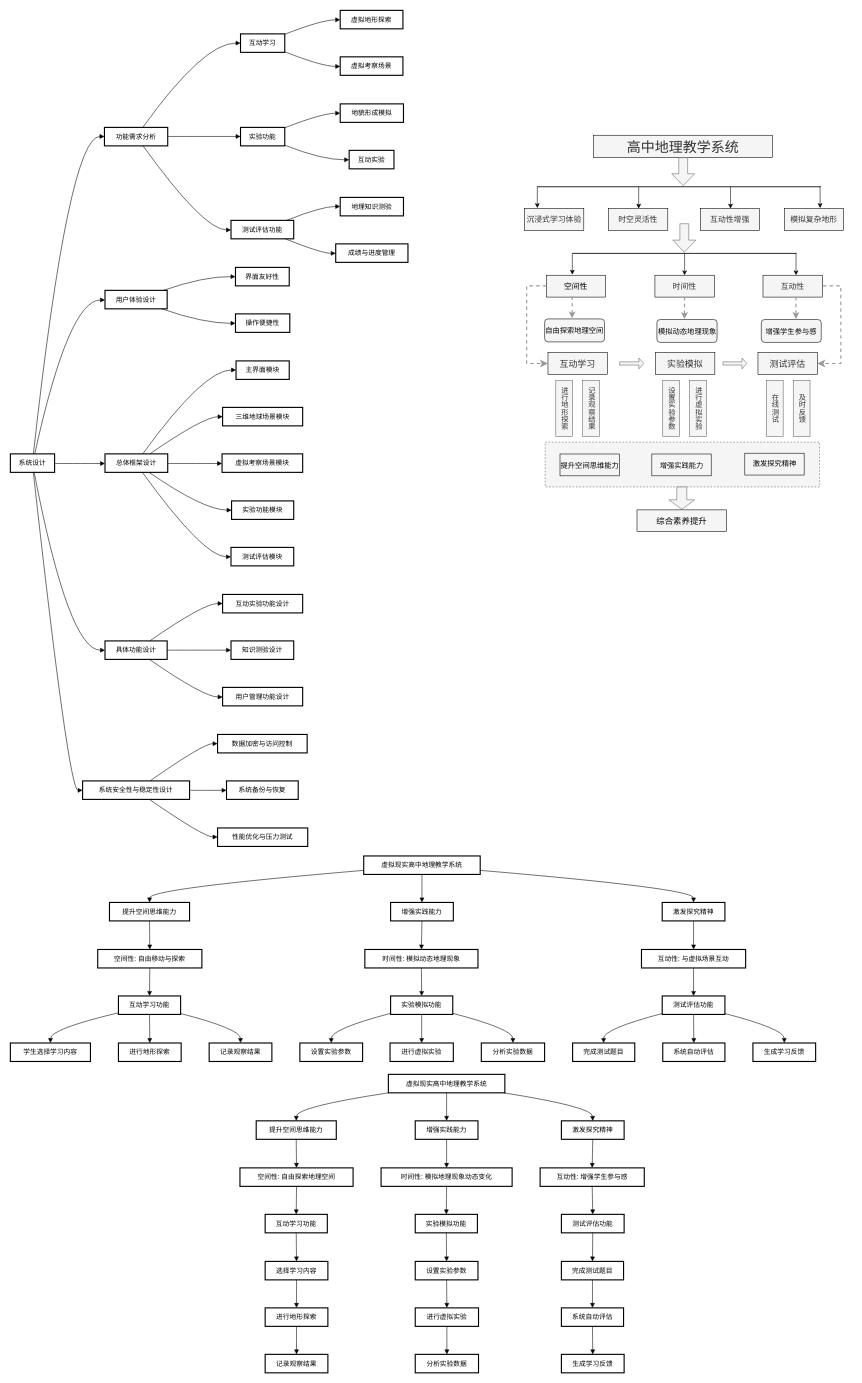
xewy/qimo2 keeps this draw.io diagram as 1.drawio. Above is the earlier version. Source tidied: cells renumbered, new cells numbered last; positions are measured from the earlier drawing's top-left corner, leaving out a move shared by most shapes. Both pictures are drawn from the tidied source at 56%, with x=0, y=0 at pixel (10, 10).
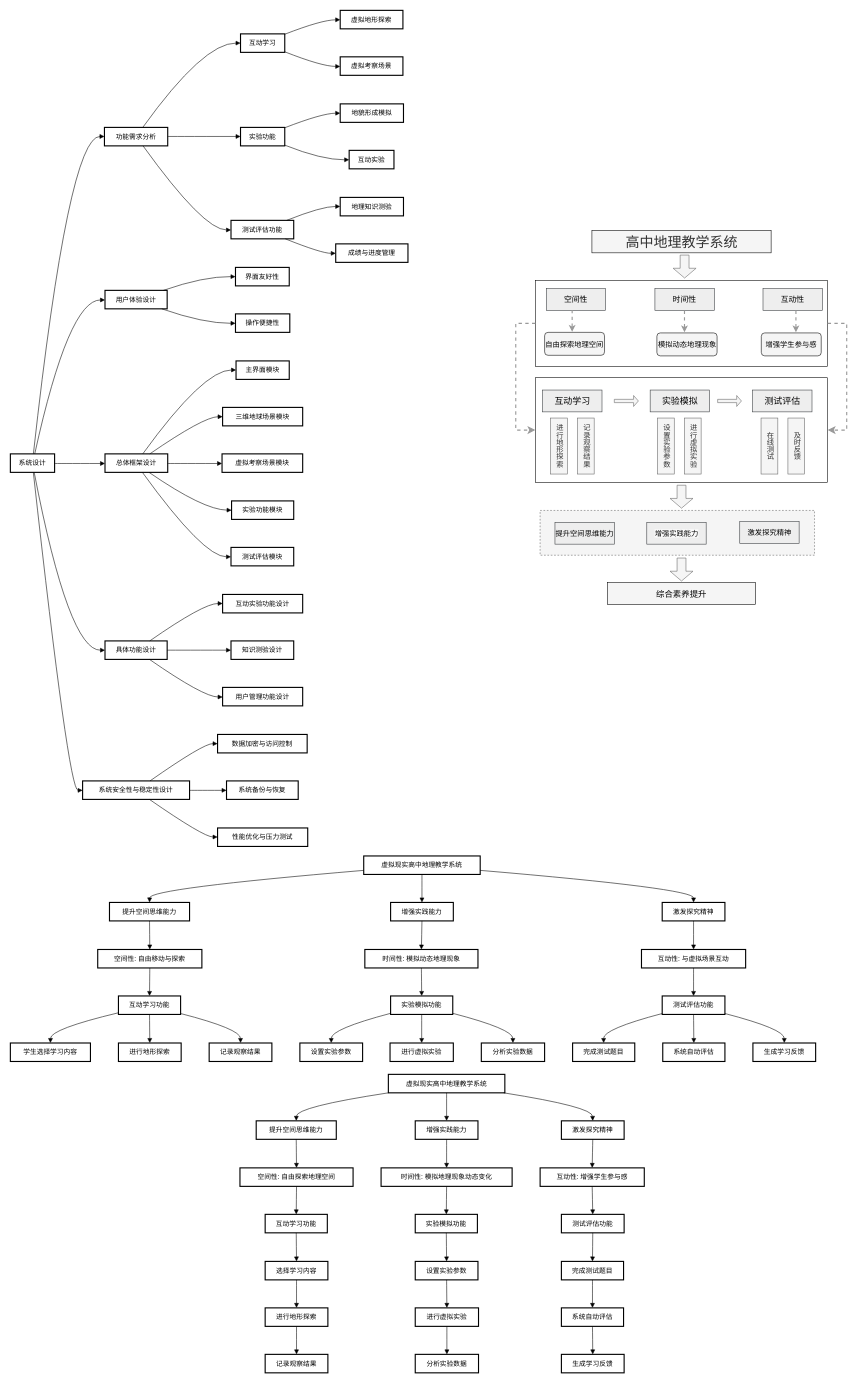
Above is the later version.

Change to the diagram source:
```diff
@@
+    <mxCell id="175" style="rounded=0;whiteSpace=wrap;html=1;" parent="1" vertex="1">
+      <mxGeometry x="937.5" y="656" width="522" height="187" as="geometry" />
+    </mxCell>
+    <mxCell id="176" style="rounded=0;whiteSpace=wrap;html=1;" parent="1" vertex="1">
+      <mxGeometry x="937.5" y="482" width="522" height="154" as="geometry" />
+    </mxCell>
@@
     <mxCell id="131" value="&lt;font style=&quot;font-size: 25px;&quot;&gt;高中地理教学系统&lt;/font&gt;" style="rounded=0;whiteSpace=wrap;html=1;fillColor=#f5f5f5;fontColor=#333333;strokeColor=#000000;spacing=32;spacingTop=0;spacingLeft=0;verticalAlign=middle;fontSize=25;" parent="1" vertex="1">
-      <mxGeometry x="1041" y="223" width="320" height="40" as="geometry" />
+      <mxGeometry x="1038.5" y="393" width="320" height="40" as="geometry" />
     </mxCell>
-    <mxCell id="132" style="shape=singleArrow;direction=south;whiteSpace=wrap;html=1;arrowWidth=0.3866678873697917;arrowSize=0.42548953785615806;fillColor=#f5f5f5;fontColor=#333333;strokeColor=#666666;" parent="1" vertex="1">
-      <mxGeometry x="1181" y="263" width="41" height="50" as="geometry" />
-    </mxCell>
-    <mxCell id="133" style="line;strokeWidth=1.5;html=1;" parent="1" vertex="1">
-      <mxGeometry x="941" y="310" width="506" height="10" as="geometry" />
-    </mxCell>
-    <mxCell id="134" style="endArrow=classic;html=1;rounded=0;" parent="1" edge="1">
-      <mxGeometry relative="1" as="geometry">
-        <mxPoint x="941" y="314" as="sourcePoint" />
-        <mxPoint x="941" y="353" as="targetPoint" />
-      </mxGeometry>
-    </mxCell>
-    <mxCell id="135" value="沉浸式学习体验" style="rounded=0;whiteSpace=wrap;html=1;fillColor=#f5f5f5;fontColor=#333333;strokeColor=#000000;fontSize=14;" parent="1" vertex="1">
-      <mxGeometry x="918" y="354" width="106" height="39" as="geometry" />
-    </mxCell>
-    <mxCell id="136" value="时空灵活性" style="rounded=0;whiteSpace=wrap;html=1;fillColor=#f5f5f5;fontColor=#333333;strokeColor=#000000;fontSize=14;" parent="1" vertex="1">
-      <mxGeometry x="1068" y="354" width="106" height="39" as="geometry" />
-    </mxCell>
-    <mxCell id="137" value="互动性增强" style="rounded=0;whiteSpace=wrap;html=1;fillColor=#f5f5f5;fontColor=#333333;strokeColor=#000000;fontSize=14;" parent="1" vertex="1">
-      <mxGeometry x="1232" y="354" width="106" height="39" as="geometry" />
-    </mxCell>
-    <mxCell id="138" value="模拟复杂地形" style="rounded=0;whiteSpace=wrap;html=1;fillColor=#f5f5f5;fontColor=#333333;strokeColor=#000000;fontSize=14;" parent="1" vertex="1">
-      <mxGeometry x="1382" y="354" width="106" height="39" as="geometry" />
-    </mxCell>
     <mxCell id="139" style="shape=singleArrow;direction=south;whiteSpace=wrap;html=1;arrowWidth=0.3866678873697917;arrowSize=0.42548953785615806;fillColor=#f5f5f5;fontColor=#333333;strokeColor=#666666;" parent="1" vertex="1">
-      <mxGeometry x="1183" y="381" width="41" height="51" as="geometry" />
+      <mxGeometry x="1183.5" y="437" width="41" height="41" as="geometry" />
     </mxCell>
-    <mxCell id="140" style="line;strokeWidth=1.5;html=1;" parent="1" vertex="1">
-      <mxGeometry x="1004" y="429" width="400" height="10" as="geometry" />
-    </mxCell>
-    <mxCell id="141" value="实验模拟" style="rounded=0;whiteSpace=wrap;html=1;fillColor=#f5f5f5;fontColor=#333333;strokeColor=#000000;fontSize=16;" parent="1" vertex="1">
-      <mxGeometry x="1152" y="611" width="106" height="39" as="geometry" />
+    <mxCell id="141" value="实验模拟" style="rounded=0;whiteSpace=wrap;html=1;fillColor=#eeeeee;strokeColor=#36393d;fontSize=16;" parent="1" vertex="1">
+      <mxGeometry x="1142.5" y="678" width="106" height="39" as="geometry" />
     </mxCell>
-    <mxCell id="142" value="测试评估" style="rounded=0;whiteSpace=wrap;html=1;fillColor=#f5f5f5;fontColor=#333333;strokeColor=#000000;fontSize=16;" parent="1" vertex="1">
-      <mxGeometry x="1335" y="611" width="106" height="39" as="geometry" />
+    <mxCell id="142" value="测试评估" style="rounded=0;whiteSpace=wrap;html=1;fillColor=#eeeeee;strokeColor=#36393d;fontSize=16;" parent="1" vertex="1">
+      <mxGeometry x="1325.5" y="678" width="106" height="39" as="geometry" />
     </mxCell>
     <mxCell id="143" style="shape=singleArrow;whiteSpace=wrap;html=1;fillColor=#f5f5f5;fontColor=#333333;strokeColor=#666666;" parent="1" vertex="1">
-      <mxGeometry x="1088" y="620.8" width="43" height="19.5" as="geometry" />
+      <mxGeometry x="1078.5" y="687.8" width="43" height="19.5" as="geometry" />
     </mxCell>
     <mxCell id="144" style="shape=singleArrow;whiteSpace=wrap;html=1;fillColor=#f5f5f5;fontColor=#333333;strokeColor=#666666;" parent="1" vertex="1">
-      <mxGeometry x="1272.5" y="620.8" width="42.5" height="19.5" as="geometry" />
+      <mxGeometry x="1263" y="687.8" width="42.5" height="19.5" as="geometry" />
     </mxCell>
     <mxCell id="145" value="进行地形探索" style="rounded=0;whiteSpace=wrap;html=1;fillColor=#f5f5f5;fontColor=#333333;strokeColor=#666666;fontSize=13;textDirection=vertical-lr;" parent="1" vertex="1">
-      <mxGeometry x="974" y="661" width="30" height="100" as="geometry" />
+      <mxGeometry x="964.5" y="728" width="30" height="100" as="geometry" />
     </mxCell>
     <mxCell id="146" value="记录观察结果" style="rounded=0;whiteSpace=wrap;html=1;fillColor=#f5f5f5;fontColor=#333333;strokeColor=#666666;fontSize=13;textDirection=vertical-lr;" parent="1" vertex="1">
-      <mxGeometry x="1022" y="661" width="30" height="100" as="geometry" />
+      <mxGeometry x="1012.5" y="728" width="30" height="100" as="geometry" />
     </mxCell>
-    <mxCell id="147" value="互动学习" style="rounded=0;whiteSpace=wrap;html=1;fillColor=#f5f5f5;fontColor=#333333;strokeColor=#000000;fontSize=16;" parent="1" vertex="1">
-      <mxGeometry x="960" y="611" width="106" height="39" as="geometry" />
+    <mxCell id="147" value="互动学习" style="rounded=0;whiteSpace=wrap;html=1;fillColor=#eeeeee;strokeColor=#36393d;fontSize=16;" parent="1" vertex="1">
+      <mxGeometry x="950.5" y="678" width="106" height="39" as="geometry" />
     </mxCell>
     <mxCell id="148" value="设置实验参数" style="rounded=0;whiteSpace=wrap;html=1;fillColor=#f5f5f5;fontColor=#333333;strokeColor=#666666;textDirection=vertical-lr;fontSize=13;" parent="1" vertex="1">
-      <mxGeometry x="1165" y="661" width="30" height="100" as="geometry" />
+      <mxGeometry x="1155.5" y="728" width="30" height="100" as="geometry" />
     </mxCell>
     <mxCell id="149" value="进行虚拟实验" style="rounded=0;whiteSpace=wrap;html=1;fillColor=#f5f5f5;fontColor=#333333;strokeColor=#666666;textDirection=vertical-lr;fontSize=13;" parent="1" vertex="1">
-      <mxGeometry x="1213" y="661" width="30" height="100" as="geometry" />
+      <mxGeometry x="1203.5" y="728" width="30" height="100" as="geometry" />
     </mxCell>
     <mxCell id="150" value="在线测试" style="rounded=0;whiteSpace=wrap;html=1;fillColor=#f5f5f5;fontColor=#333333;strokeColor=#666666;textDirection=vertical-lr;fontSize=13;" parent="1" vertex="1">
-      <mxGeometry x="1350" y="661" width="30" height="100" as="geometry" />
+      <mxGeometry x="1340.5" y="728" width="30" height="100" as="geometry" />
     </mxCell>
     <mxCell id="151" value="及时反馈" style="rounded=0;whiteSpace=wrap;html=1;fillColor=#f5f5f5;fontColor=#333333;strokeColor=#666666;textDirection=vertical-lr;fontSize=13;" parent="1" vertex="1">
-      <mxGeometry x="1398" y="661" width="30" height="100" as="geometry" />
+      <mxGeometry x="1388.5" y="728" width="30" height="100" as="geometry" />
     </mxCell>
     <mxCell id="152" style="rounded=0;whiteSpace=wrap;html=1;fillColor=#f5f5f5;strokeColor=#666666;fontColor=#333333;dashed=1;" parent="1" vertex="1">
-      <mxGeometry x="955" y="771" width="490" height="80" as="geometry" />
+      <mxGeometry x="946" y="893" width="490" height="80" as="geometry" />
     </mxCell>
-    <mxCell id="153" value="&lt;span style=&quot;color: rgb(0, 0, 0); font-size: 13px;&quot;&gt;提升空间思维能力&lt;/span&gt;" style="rounded=0;whiteSpace=wrap;html=1;fillColor=#f5f5f5;fontColor=#333333;strokeColor=#000000;" parent="1" vertex="1">
-      <mxGeometry x="981.5" y="792.2" width="106" height="39" as="geometry" />
+    <mxCell id="153" value="&lt;span style=&quot;color: rgb(0, 0, 0); font-size: 13px;&quot;&gt;提升空间思维能力&lt;/span&gt;" style="rounded=0;whiteSpace=wrap;html=1;fillColor=#eeeeee;strokeColor=#36393d;" parent="1" vertex="1">
+      <mxGeometry x="972.5" y="914.2" width="106" height="39" as="geometry" />
     </mxCell>
-    <mxCell id="154" value="&lt;font style=&quot;font-size: 13px;&quot;&gt;&lt;span style=&quot;color: rgb(0, 0, 0); font-family: Helvetica; font-style: normal; font-variant-ligatures: normal; font-variant-caps: normal; font-weight: 400; letter-spacing: normal; orphans: 2; text-align: center; text-indent: 0px; text-transform: none; widows: 2; word-spacing: 0px; -webkit-text-stroke-width: 0px; white-space: normal; background-color: rgb(251, 251, 251); text-decoration-thickness: initial; text-decoration-style: initial; text-decoration-color: initial; float: none; font-size: 13px; display: inline !important;&quot;&gt;增强实践能力&lt;/span&gt;&lt;br style=&quot;font-size: 13px;&quot;&gt;&lt;/font&gt;" style="rounded=0;whiteSpace=wrap;html=1;fillColor=#f5f5f5;fontColor=#333333;strokeColor=#000000;fontSize=13;verticalAlign=middle;labelPosition=center;verticalLabelPosition=middle;align=center;" parent="1" vertex="1">
-      <mxGeometry x="1145.5" y="792.2" width="106" height="39" as="geometry" />
+    <mxCell id="154" value="&lt;font style=&quot;font-size: 13px;&quot;&gt;&lt;span style=&quot;color: rgb(0, 0, 0); font-family: Helvetica; font-style: normal; font-variant-ligatures: normal; font-variant-caps: normal; font-weight: 400; letter-spacing: normal; orphans: 2; text-align: center; text-indent: 0px; text-transform: none; widows: 2; word-spacing: 0px; -webkit-text-stroke-width: 0px; white-space: normal; background-color: rgb(251, 251, 251); text-decoration-thickness: initial; text-decoration-style: initial; text-decoration-color: initial; float: none; font-size: 13px; display: inline !important;&quot;&gt;增强实践能力&lt;/span&gt;&lt;br style=&quot;font-size: 13px;&quot;&gt;&lt;/font&gt;" style="rounded=0;whiteSpace=wrap;html=1;fillColor=#eeeeee;strokeColor=#36393d;fontSize=13;verticalAlign=middle;labelPosition=center;verticalLabelPosition=middle;align=center;" parent="1" vertex="1">
+      <mxGeometry x="1136.5" y="914.2" width="106" height="39" as="geometry" />
     </mxCell>
-    <mxCell id="155" value="&lt;span style=&quot;color: rgb(0, 0, 0); font-size: 13px;&quot;&gt;激发探究精神&lt;/span&gt;" style="rounded=0;whiteSpace=wrap;html=1;fillColor=#f5f5f5;fontColor=#333333;strokeColor=#000000;" parent="1" vertex="1">
-      <mxGeometry x="1311.5" y="790.8" width="106" height="39" as="geometry" />
+    <mxCell id="155" value="&lt;span style=&quot;color: rgb(0, 0, 0); font-size: 13px;&quot;&gt;激发探究精神&lt;/span&gt;" style="rounded=0;whiteSpace=wrap;html=1;fillColor=#eeeeee;strokeColor=#36393d;" parent="1" vertex="1">
+      <mxGeometry x="1302.5" y="912.8" width="106" height="39" as="geometry" />
     </mxCell>
-    <mxCell id="156" style="shape=singleArrow;direction=south;whiteSpace=wrap;html=1;arrowWidth=0.3866678873697917;arrowSize=0.42548953785615806;fillColor=#f5f5f5;fontColor=#333333;strokeColor=#666666;" parent="1" vertex="1">
-      <mxGeometry x="1176" y="851" width="46" height="40" as="geometry" />
-    </mxCell>
     <mxCell id="157" value="&lt;font color=&quot;#000000&quot;&gt;&lt;span style=&quot;font-size: 15px;&quot;&gt;综合素养提升&lt;/span&gt;&lt;/font&gt;" style="rounded=0;whiteSpace=wrap;html=1;fillColor=#f5f5f5;fontColor=#333333;strokeColor=#000000;" parent="1" vertex="1">
-      <mxGeometry x="1119" y="892" width="160" height="39" as="geometry" />
+      <mxGeometry x="1066" y="1022" width="265" height="39" as="geometry" />
     </mxCell>
-    <mxCell id="158" style="endArrow=classic;html=1;rounded=0;" parent="1" edge="1">
-      <mxGeometry relative="1" as="geometry">
-        <mxPoint x="1122" y="315" as="sourcePoint" />
-        <mxPoint x="1122" y="354" as="targetPoint" />
-      </mxGeometry>
-    </mxCell>
-    <mxCell id="159" style="endArrow=classic;html=1;rounded=0;" parent="1" edge="1">
-      <mxGeometry relative="1" as="geometry">
-        <mxPoint x="1286" y="315" as="sourcePoint" />
-        <mxPoint x="1286" y="354" as="targetPoint" />
-      </mxGeometry>
-    </mxCell>
-    <mxCell id="160" style="endArrow=classic;html=1;rounded=0;" parent="1" edge="1">
-      <mxGeometry relative="1" as="geometry">
-        <mxPoint x="1446" y="314" as="sourcePoint" />
-        <mxPoint x="1446" y="353" as="targetPoint" />
-      </mxGeometry>
-    </mxCell>
-    <mxCell id="161" style="endArrow=classic;html=1;rounded=0;" parent="1" edge="1">
-      <mxGeometry relative="1" as="geometry">
-        <mxPoint x="1003.5" y="433" as="sourcePoint" />
-        <mxPoint x="1003.5" y="472" as="targetPoint" />
-      </mxGeometry>
-    </mxCell>
-    <mxCell id="162" style="endArrow=classic;html=1;rounded=0;" parent="1" edge="1">
-      <mxGeometry relative="1" as="geometry">
-        <mxPoint x="1204" y="434" as="sourcePoint" />
-        <mxPoint x="1204" y="473" as="targetPoint" />
-      </mxGeometry>
-    </mxCell>
-    <mxCell id="163" style="endArrow=classic;html=1;rounded=0;" parent="1" edge="1">
-      <mxGeometry relative="1" as="geometry">
-        <mxPoint x="1403" y="434" as="sourcePoint" />
-        <mxPoint x="1403" y="473" as="targetPoint" />
-      </mxGeometry>
-    </mxCell>
-    <mxCell id="164" value="&lt;span style=&quot;color: rgb(0, 0, 0);&quot;&gt;空间性&lt;/span&gt;" style="rounded=0;whiteSpace=wrap;html=1;fillColor=#f5f5f5;fontColor=#333333;strokeColor=#000000;fontSize=14;" parent="1" vertex="1">
-      <mxGeometry x="957" y="473" width="106" height="39" as="geometry" />
+    <mxCell id="164" value="&lt;span style=&quot;color: rgb(0, 0, 0);&quot;&gt;空间性&lt;/span&gt;" style="rounded=0;whiteSpace=wrap;html=1;fillColor=#eeeeee;strokeColor=#36393d;fontSize=14;" parent="1" vertex="1">
+      <mxGeometry x="957" y="497" width="106" height="39" as="geometry" />
     </mxCell>
-    <mxCell id="165" value="时间性" style="rounded=0;whiteSpace=wrap;html=1;fillColor=#f5f5f5;fontColor=#333333;strokeColor=#000000;fontSize=14;" parent="1" vertex="1">
-      <mxGeometry x="1151" y="473" width="106" height="39" as="geometry" />
+    <mxCell id="165" value="时间性" style="rounded=0;whiteSpace=wrap;html=1;fillColor=#eeeeee;strokeColor=#36393d;fontSize=14;" parent="1" vertex="1">
+      <mxGeometry x="1151" y="497" width="106" height="39" as="geometry" />
     </mxCell>
-    <mxCell id="166" value="互动性" style="rounded=0;whiteSpace=wrap;html=1;fillColor=#f5f5f5;fontColor=#333333;strokeColor=#000000;fontSize=14;" parent="1" vertex="1">
-      <mxGeometry x="1344" y="473" width="106" height="39" as="geometry" />
+    <mxCell id="166" value="互动性" style="rounded=0;whiteSpace=wrap;html=1;fillColor=#eeeeee;strokeColor=#36393d;fontSize=14;" parent="1" vertex="1">
+      <mxGeometry x="1344" y="497" width="106" height="39" as="geometry" />
     </mxCell>
     <mxCell id="167" value="&lt;span style=&quot;color: rgb(0, 0, 0); font-size: 13px;&quot;&gt;自由探索地理空间&lt;/span&gt;" style="rounded=1;whiteSpace=wrap;html=1;fillColor=#f5f5f5;fontColor=#333333;strokeColor=#000000;fontSize=13;" parent="1" vertex="1">
-      <mxGeometry x="954" y="551" width="107" height="41" as="geometry" />
+      <mxGeometry x="954" y="575" width="107" height="41" as="geometry" />
     </mxCell>
     <mxCell id="168" value="&lt;span style=&quot;color: rgb(0, 0, 0); font-size: 13px;&quot;&gt;模拟动态地理现象&lt;/span&gt;" style="rounded=1;whiteSpace=wrap;html=1;fillColor=#f5f5f5;fontColor=#333333;strokeColor=#000000;fontSize=13;" parent="1" vertex="1">
-      <mxGeometry x="1154.5" y="552" width="107.5" height="41" as="geometry" />
+      <mxGeometry x="1154.5" y="576" width="107.5" height="41" as="geometry" />
     </mxCell>
     <mxCell id="169" value="&lt;span style=&quot;color: rgb(0, 0, 0); font-size: 13px;&quot;&gt;增强学生参与感&lt;/span&gt;" style="rounded=1;whiteSpace=wrap;html=1;fillColor=#f5f5f5;fontColor=#333333;strokeColor=#000000;fontSize=13;" parent="1" vertex="1">
-      <mxGeometry x="1341" y="552" width="107" height="41" as="geometry" />
+      <mxGeometry x="1341" y="576" width="107" height="41" as="geometry" />
     </mxCell>
     <mxCell id="170" style="endArrow=classic;html=1;rounded=0;dashed=1;strokeWidth=2;strokeColor=#999999;" parent="1" edge="1">
       <mxGeometry relative="1" as="geometry">
-        <mxPoint x="1003.2" y="511" as="sourcePoint" />
-        <mxPoint x="1003.2" y="550" as="targetPoint" />
+        <mxPoint x="1003.2" y="535" as="sourcePoint" />
+        <mxPoint x="1003.2" y="574" as="targetPoint" />
       </mxGeometry>
     </mxCell>
     <mxCell id="171" style="endArrow=classic;html=1;rounded=0;dashed=1;strokeWidth=2;strokeColor=#999999;" parent="1" edge="1">
       <mxGeometry relative="1" as="geometry">
-        <mxPoint x="1203.8" y="512" as="sourcePoint" />
-        <mxPoint x="1203.8" y="551" as="targetPoint" />
+        <mxPoint x="1203.8" y="536" as="sourcePoint" />
+        <mxPoint x="1203.8" y="575" as="targetPoint" />
       </mxGeometry>
     </mxCell>
     <mxCell id="172" style="endArrow=classic;html=1;rounded=0;strokeColor=#999999;strokeWidth=2;dashed=1;" parent="1" edge="1">
       <mxGeometry relative="1" as="geometry">
-        <mxPoint x="1402.8" y="512" as="sourcePoint" />
-        <mxPoint x="1402.8" y="551" as="targetPoint" />
+        <mxPoint x="1402.8" y="536" as="sourcePoint" />
+        <mxPoint x="1402.8" y="575" as="targetPoint" />
       </mxGeometry>
     </mxCell>
-    <mxCell id="173" style="edgeStyle=elbowEdgeStyle;elbow=horizontal;endArrow=classic;html=1;curved=0;rounded=0;endSize=8;startSize=8;exitX=0.038;exitY=0.474;exitDx=0;exitDy=0;exitPerimeter=0;dashed=1;strokeColor=#999999;strokeWidth=2;entryX=0;entryY=0.5;entryDx=0;entryDy=0;" parent="1" edge="1" target="147">
+    <mxCell id="173" style="edgeStyle=elbowEdgeStyle;elbow=horizontal;endArrow=classic;html=1;curved=0;rounded=0;endSize=8;startSize=8;exitX=0;exitY=0.5;exitDx=0;exitDy=0;dashed=1;strokeColor=#999999;strokeWidth=2;entryX=0;entryY=0.5;entryDx=0;entryDy=0;" parent="1" edge="1" source="176" target="175">
       <mxGeometry relative="1" as="geometry">
-        <mxPoint x="957" y="492" as="sourcePoint" />
         <Array as="points">
-          <mxPoint x="922" y="514.5" />
+          <mxPoint x="902.5" y="555.4" />
         </Array>
       </mxGeometry>
     </mxCell>
-    <mxCell id="174" style="edgeStyle=elbowEdgeStyle;elbow=horizontal;endArrow=classic;html=1;curved=0;rounded=0;endSize=8;startSize=8;exitX=0.038;exitY=0.474;exitDx=0;exitDy=0;exitPerimeter=0;entryX=1;entryY=0.5;entryDx=0;entryDy=0;dashed=1;strokeColor=#999999;strokeWidth=2;" parent="1" edge="1" target="142">
+    <mxCell id="174" style="edgeStyle=elbowEdgeStyle;elbow=horizontal;endArrow=classic;html=1;curved=0;rounded=0;endSize=8;startSize=8;exitX=1;exitY=0.5;exitDx=0;exitDy=0;entryX=1;entryY=0.5;entryDx=0;entryDy=0;dashed=1;strokeColor=#999999;strokeWidth=2;" parent="1" edge="1" source="176" target="175">
       <mxGeometry relative="1" as="geometry">
-        <mxPoint x="1451" y="492" as="sourcePoint" />
         <Array as="points">
-          <mxPoint x="1483" y="550" />
+          <mxPoint x="1493.5" y="550" />
         </Array>
       </mxGeometry>
     </mxCell>
+    <mxCell id="177" style="shape=singleArrow;direction=south;whiteSpace=wrap;html=1;arrowWidth=0.3866678873697917;arrowSize=0.42548953785615806;fillColor=#f5f5f5;fontColor=#333333;strokeColor=#666666;" parent="1" vertex="1">
+      <mxGeometry x="1178" y="848" width="41" height="41" as="geometry" />
+    </mxCell>
+    <mxCell id="178" style="shape=singleArrow;direction=south;whiteSpace=wrap;html=1;arrowWidth=0.3866678873697917;arrowSize=0.42548953785615806;fillColor=#f5f5f5;fontColor=#333333;strokeColor=#666666;" parent="1" vertex="1">
+      <mxGeometry x="1178" y="978" width="41" height="41" as="geometry" />
+    </mxCell>
```
